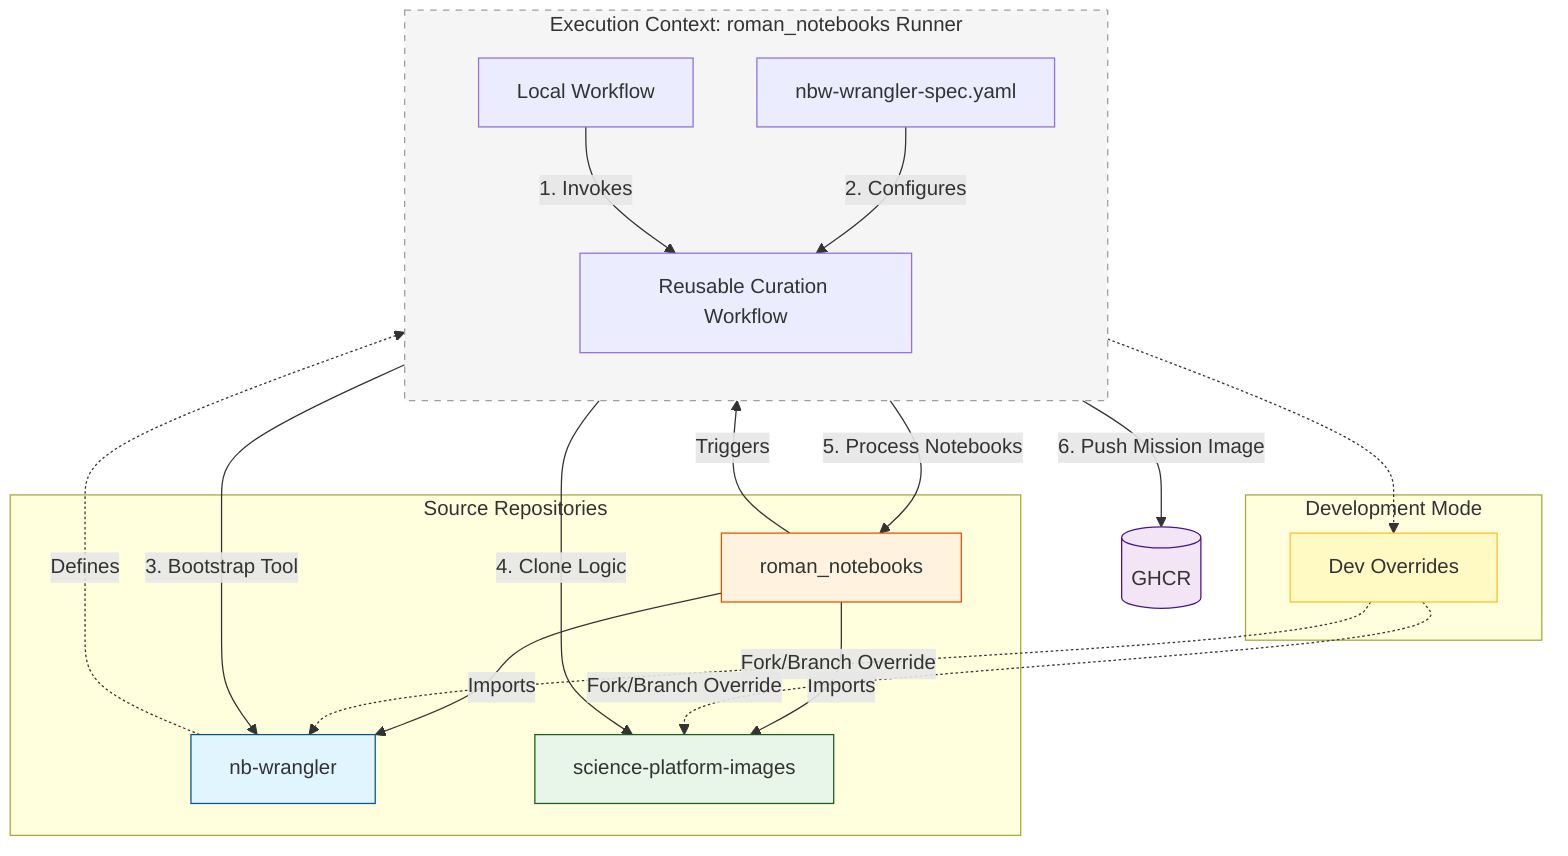
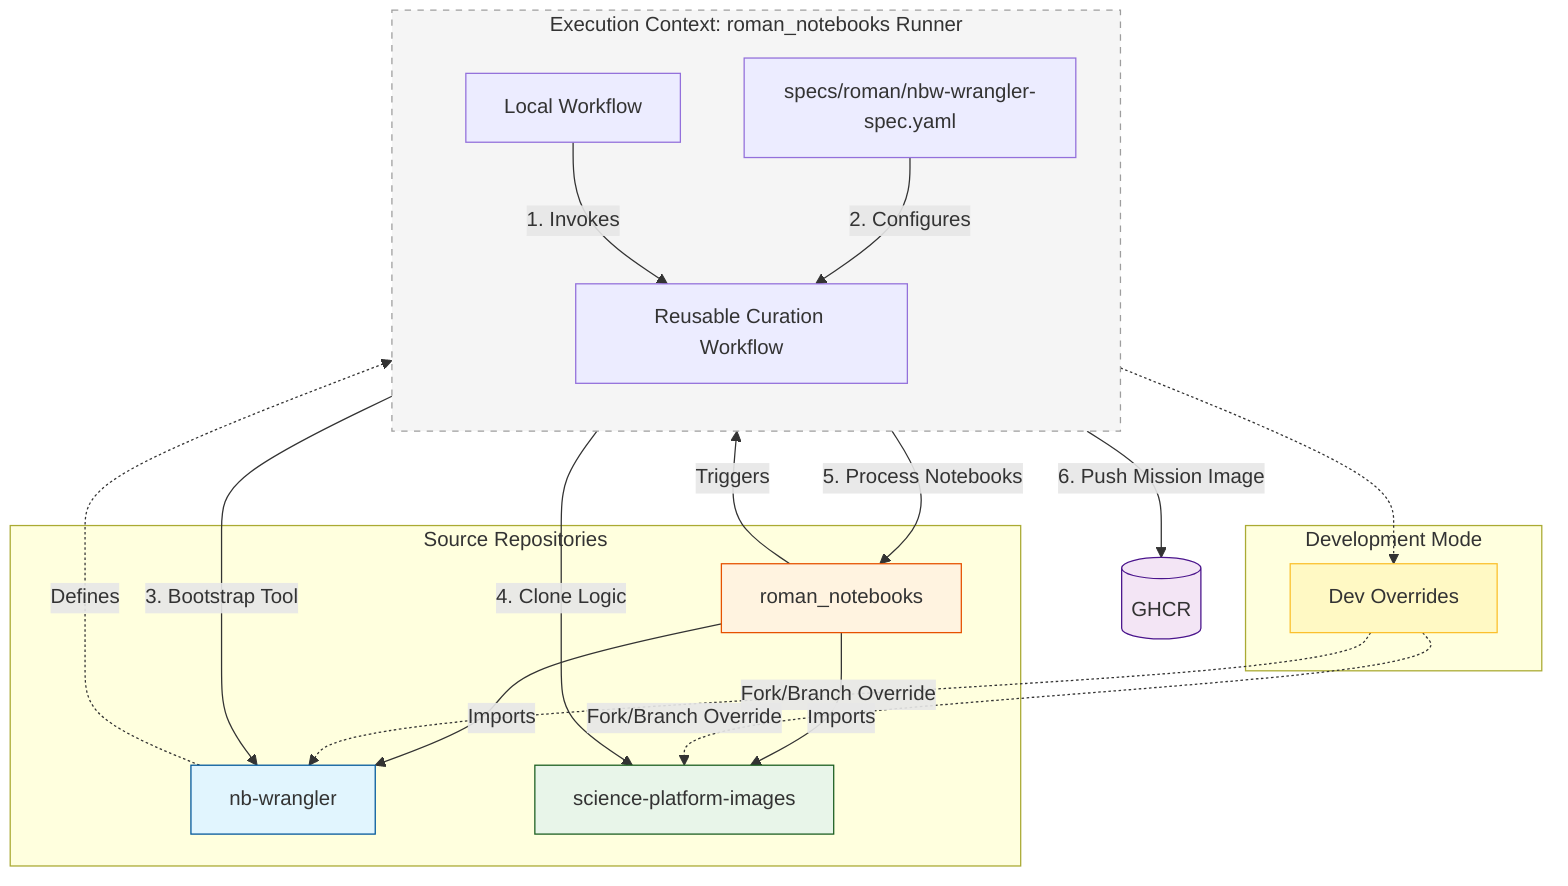
graph TD
    subgraph Repositories [Source Repositories]
        NBW[nb-wrangler]
        SPI[science-platform-images]
        RN[roman_notebooks]
    end

    %% Structural Dependencies
    RN -- "Imports" --> NBW
    RN -- "Imports" --> SPI

    subgraph Runner [Execution Context: roman_notebooks Runner]
        direction TB
        LA[Local Workflow]
        RA[Reusable Curation Workflow]
-         Spec[nbw-wrangler-spec.yaml]
+         Spec[specs/roman/nbw-wrangler-spec.yaml]

        LA -- "1. Invokes" --> RA
        Spec -- "2. Configures" --> RA
    end

    %% Relationships across boundaries
    RN -- "Triggers" --> LA
    NBW -.->|Defines| RA

    %% Execution logic
    RA -- "3. Bootstrap Tool" --> NBW
    RA -- "4. Clone Logic" --> SPI
    RA -- "5. Process Notebooks" --> RN

    RA -- "6. Push Mission Image" --> GHCR[(GHCR)]

    %% Dev Overrides
    subgraph Overrides [Development Mode]
        Dev[Dev Overrides]
    end
    Spec -.-> Dev
    Dev -.->|Fork/Branch Override| NBW
    Dev -.->|Fork/Branch Override| SPI

    style NBW fill:#e1f5fe,stroke:#01579b
    style SPI fill:#e8f5e9,stroke:#1b5e20
    style RN fill:#fff3e0,stroke:#e65100
    style GHCR fill:#f3e5f5,stroke:#4a148c
    style Runner fill:#f5f5f5,stroke:#9e9e9e,stroke-dasharray: 5 5
    style Dev fill:#fff9c4,stroke:#fbc02d
